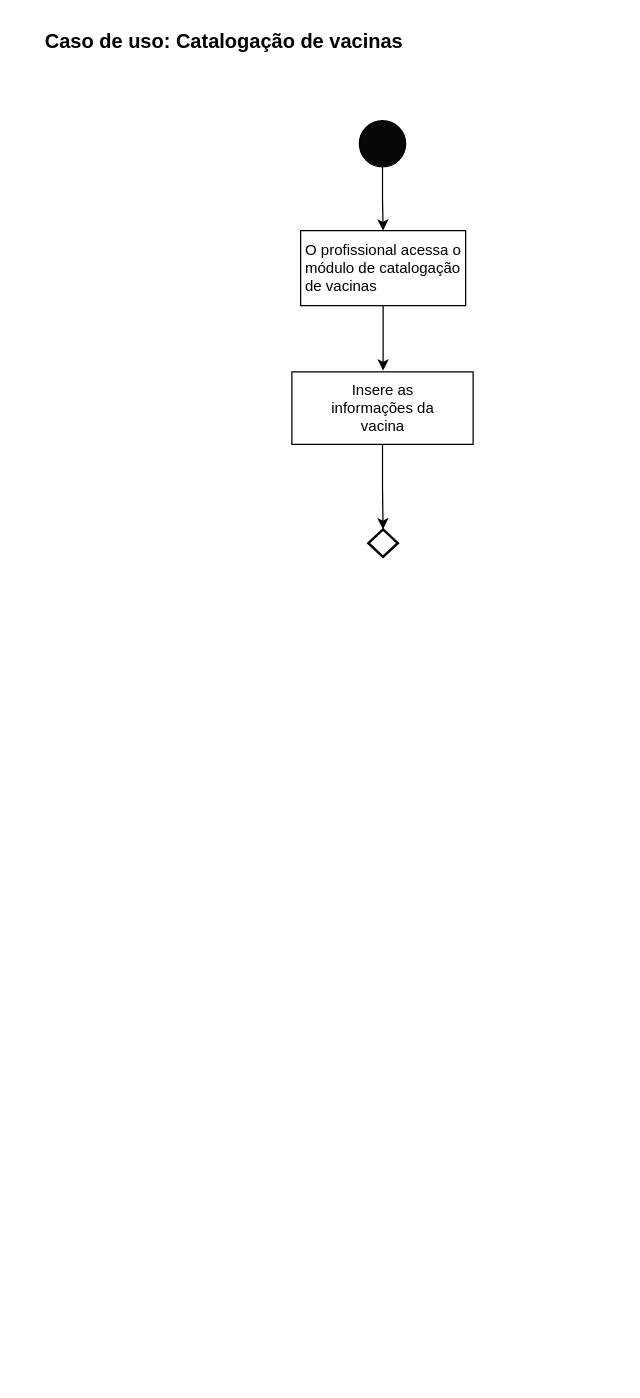
Above: diagramaAtividades.drawio in B-i-a-n-c-a/TP_Eng_Software (draw.io), before the change. Source tidied: cells renumbered, new cells numbered last; positions are measured from the earlier drawing's top-left corner, leaving out a move shared by most shapes. Both pictures are drawn from the tidied source at 125%, with x=0, y=0 at pixel (21, 21).
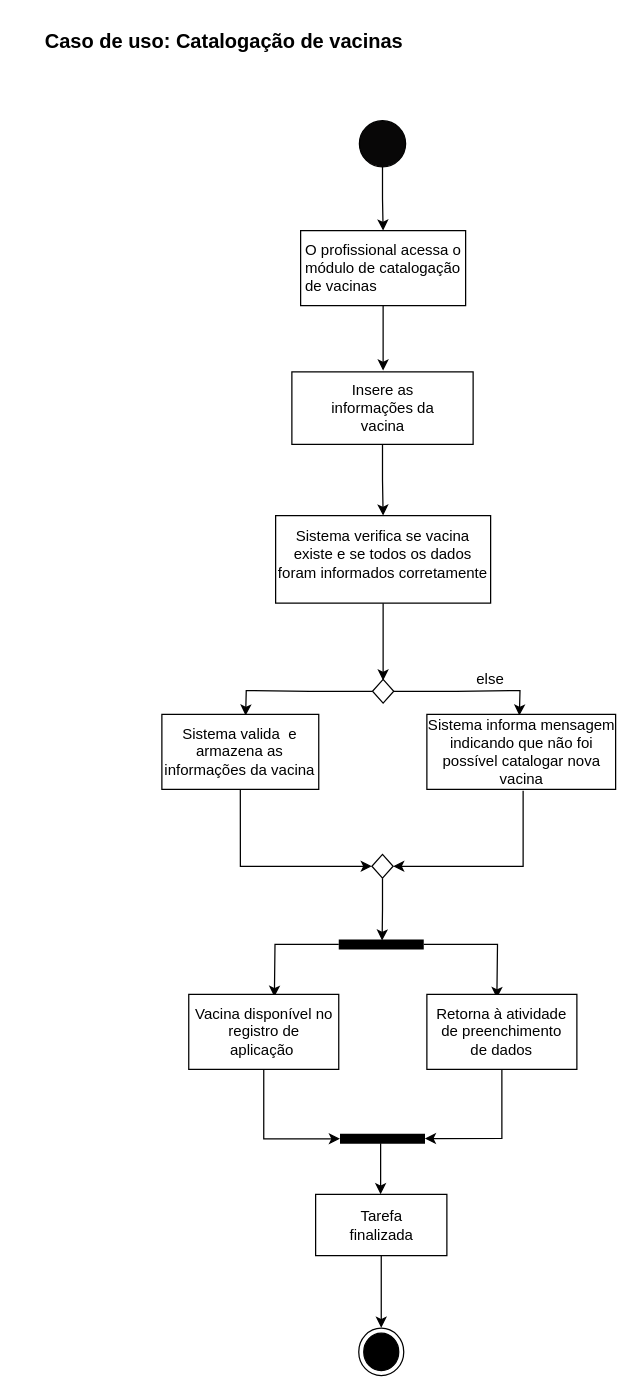
After the change.

Unchanged cells that the change refers to:
```xml
<mxCell id="8" style="whiteSpace=wrap;html=1;" parent="1" vertex="1">
  <mxGeometry x="216" y="280" width="145" height="58" as="geometry" />
</mxCell>
```

The edit, as a diff of the source:
```diff
@@
+    <mxCell id="12" style="edgeStyle=orthogonalEdgeStyle;rounded=0;jettySize=auto;html=1;entryX=0.5;entryY=0;entryDx=0;entryDy=0;" parent="1" edge="1" source="8" target="14">
+      <mxGeometry relative="1" as="geometry" />
+    </mxCell>
@@
-    <mxCell id="10" style="strokeWidth=2;html=1;shape=mxgraph.flowchart.decision;whiteSpace=wrap;" parent="1" vertex="1">
-      <mxGeometry x="277.2" y="406" width="23.5" height="22" as="geometry" />
-    </mxCell>
-    <mxCell id="11" style="edgeStyle=orthogonalEdgeStyle;rounded=0;jettySize=auto;html=1;entryX=0.5;entryY=0;entryDx=0;entryDy=0;entryPerimeter=0;" parent="1" edge="1" source="8" target="10">
-      <mxGeometry relative="1" as="geometry" />
-    </mxCell>
+    <mxCell id="13" style="edgeStyle=orthogonalEdgeStyle;rounded=0;jettySize=auto;html=1;" parent="1" edge="1" source="14">
+      <mxGeometry relative="1" as="geometry">
+        <mxPoint x="289" y="527" as="targetPoint" />
+      </mxGeometry>
+    </mxCell>
+    <mxCell id="14" style="rounded=0;whiteSpace=wrap;html=1;" parent="1" vertex="1">
+      <mxGeometry x="203" y="395" width="172" height="70" as="geometry" />
+    </mxCell>
+    <mxCell id="15" value="Sistema verifica se vacina existe e se todos os dados foram informados corretamente" style="text;html=1;align=center;verticalAlign=middle;whiteSpace=wrap;rounded=0;" parent="1" vertex="1">
+      <mxGeometry x="203" y="418" width="172" height="15" as="geometry" />
+    </mxCell>
+    <mxCell id="16" style="edgeStyle=orthogonalEdgeStyle;rounded=0;jettySize=auto;html=1;exitX=1;exitY=0.5;exitDx=0;exitDy=0;" parent="1" edge="1" source="18">
+      <mxGeometry relative="1" as="geometry">
+        <mxPoint x="398" y="555" as="targetPoint" />
+      </mxGeometry>
+    </mxCell>
+    <mxCell id="17" style="edgeStyle=orthogonalEdgeStyle;rounded=0;jettySize=auto;html=1;exitX=0;exitY=0.5;exitDx=0;exitDy=0;" parent="1" edge="1" source="18">
+      <mxGeometry relative="1" as="geometry">
+        <mxPoint x="179" y="555" as="targetPoint" />
+      </mxGeometry>
+    </mxCell>
+    <mxCell id="18" style="rhombus;whiteSpace=wrap;html=1;" parent="1" vertex="1">
+      <mxGeometry x="280.5" y="526" width="17" height="19" as="geometry" />
+    </mxCell>
+    <mxCell id="19" style="edgeStyle=orthogonalEdgeStyle;rounded=0;jettySize=auto;html=1;exitX=0.5;exitY=1;exitDx=0;exitDy=0;entryX=0;entryY=0.5;entryDx=0;entryDy=0;" parent="1" edge="1" source="20" target="27">
+      <mxGeometry relative="1" as="geometry" />
+    </mxCell>
+    <mxCell id="20" style="rounded=0;whiteSpace=wrap;html=1;" parent="1" vertex="1">
+      <mxGeometry x="112" y="554" width="125.5" height="60" as="geometry" />
+    </mxCell>
+    <mxCell id="21" style="edgeStyle=orthogonalEdgeStyle;rounded=0;jettySize=auto;html=1;entryX=1;entryY=0.5;entryDx=0;entryDy=0;" parent="1" edge="1" target="27">
+      <mxGeometry relative="1" as="geometry">
+        <mxPoint x="401" y="615" as="sourcePoint" />
+        <Array as="points">
+          <mxPoint x="401" y="675" />
+        </Array>
+      </mxGeometry>
+    </mxCell>
+    <mxCell id="22" style="rounded=0;whiteSpace=wrap;html=1;" parent="1" vertex="1">
+      <mxGeometry x="324" y="554" width="151" height="60" as="geometry" />
+    </mxCell>
+    <mxCell id="23" value="else" style="text;html=1;align=center;verticalAlign=middle;whiteSpace=wrap;rounded=0;" parent="1" vertex="1">
+      <mxGeometry x="353" y="517" width="44" height="17" as="geometry" />
+    </mxCell>
+    <mxCell id="24" value="Sistema valida&amp;nbsp; e armazena as informações da vacina" style="text;html=1;align=center;verticalAlign=middle;whiteSpace=wrap;rounded=0;" parent="1" vertex="1">
+      <mxGeometry x="105.2" y="569" width="139" height="30" as="geometry" />
+    </mxCell>
+    <mxCell id="25" value="Sistema informa mensagem indicando que não foi possível catalogar nova vacina" style="text;html=1;align=center;verticalAlign=middle;whiteSpace=wrap;rounded=0;" parent="1" vertex="1">
+      <mxGeometry x="321.5" y="569" width="156" height="30" as="geometry" />
+    </mxCell>
+    <mxCell id="26" style="edgeStyle=orthogonalEdgeStyle;rounded=0;jettySize=auto;html=1;exitX=0.5;exitY=1;exitDx=0;exitDy=0;" parent="1" edge="1" source="27">
+      <mxGeometry relative="1" as="geometry">
+        <mxPoint x="288.2" y="735" as="targetPoint" />
+      </mxGeometry>
+    </mxCell>
+    <mxCell id="27" style="rhombus;whiteSpace=wrap;html=1;" parent="1" vertex="1">
+      <mxGeometry x="280" y="666" width="17" height="19" as="geometry" />
+    </mxCell>
+    <mxCell id="28" style="edgeStyle=orthogonalEdgeStyle;rounded=0;jettySize=auto;html=1;" parent="1" edge="1" source="30">
+      <mxGeometry relative="1" as="geometry">
+        <mxPoint x="202" y="780" as="targetPoint" />
+      </mxGeometry>
+    </mxCell>
+    <mxCell id="29" style="edgeStyle=orthogonalEdgeStyle;rounded=0;jettySize=auto;html=1;" parent="1" edge="1" source="30">
+      <mxGeometry relative="1" as="geometry">
+        <mxPoint x="380" y="781" as="targetPoint" />
+      </mxGeometry>
+    </mxCell>
+    <mxCell id="30" style="line;strokeWidth=8;fillColor=none;align=left;verticalAlign=middle;spacingTop=-1;spacingLeft=3;spacingRight=3;labelPosition=right;points=[];portConstraint=eastwest;strokeColor=inherit;" parent="1" vertex="1">
+      <mxGeometry x="253.5" y="734" width="68" height="8" as="geometry" />
+    </mxCell>
+    <mxCell id="31" style="line;strokeWidth=8;fillColor=none;align=left;verticalAlign=middle;spacingTop=-1;spacingLeft=3;spacingRight=3;labelPosition=right;points=[];portConstraint=eastwest;strokeColor=inherit;" parent="1" vertex="1">
+      <mxGeometry x="254.5" y="881" width="68" height="25" as="geometry" />
+    </mxCell>
+    <mxCell id="32" style="edgeStyle=orthogonalEdgeStyle;rounded=0;jettySize=auto;html=1;exitX=0.5;exitY=1;exitDx=0;exitDy=0;" parent="1" edge="1" source="33" target="31">
+      <mxGeometry relative="1" as="geometry" />
+    </mxCell>
+    <mxCell id="33" style="rounded=0;whiteSpace=wrap;html=1;" parent="1" vertex="1">
+      <mxGeometry x="133.5" y="778" width="120" height="60" as="geometry" />
+    </mxCell>
+    <mxCell id="34" value="Vacina disponível no registro de aplicação&amp;nbsp;" style="text;html=1;align=center;verticalAlign=middle;whiteSpace=wrap;rounded=0;" parent="1" vertex="1">
+      <mxGeometry x="136.5" y="793" width="114" height="30" as="geometry" />
+    </mxCell>
+    <mxCell id="35" style="rounded=0;whiteSpace=wrap;html=1;" parent="1" vertex="1">
+      <mxGeometry x="324" y="778" width="120" height="60" as="geometry" />
+    </mxCell>
+    <mxCell id="36" value="Retorna à atividade de preenchimento de dados" style="text;html=1;align=center;verticalAlign=middle;whiteSpace=wrap;rounded=0;" parent="1" vertex="1">
+      <mxGeometry x="327" y="793" width="114" height="30" as="geometry" />
+    </mxCell>
+    <mxCell id="37" style="edgeStyle=orthogonalEdgeStyle;rounded=0;jettySize=auto;html=1;entryX=0.998;entryY=0.493;entryDx=0;entryDy=0;entryPerimeter=0;" parent="1" edge="1" source="35" target="31">
+      <mxGeometry relative="1" as="geometry" />
+    </mxCell>
+    <mxCell id="38" style="edgeStyle=orthogonalEdgeStyle;rounded=0;jettySize=auto;html=1;" parent="1" edge="1" source="39">
+      <mxGeometry relative="1" as="geometry">
+        <mxPoint x="287.5" y="1044.7" as="targetPoint" />
+      </mxGeometry>
+    </mxCell>
+    <mxCell id="39" style="rounded=0;whiteSpace=wrap;html=1;" parent="1" vertex="1">
+      <mxGeometry x="235" y="938" width="105" height="49" as="geometry" />
+    </mxCell>
+    <mxCell id="40" style="endArrow=classic;html=1;rounded=0;" parent="1" edge="1">
+      <mxGeometry relative="1" as="geometry">
+        <mxPoint x="287" y="897" as="sourcePoint" />
+        <mxPoint x="287" y="938" as="targetPoint" />
+      </mxGeometry>
+    </mxCell>
+    <mxCell id="41" value="Tarefa finalizada" style="text;html=1;align=center;verticalAlign=middle;whiteSpace=wrap;rounded=0;" parent="1" vertex="1">
+      <mxGeometry x="257.5" y="947.5" width="60" height="30" as="geometry" />
+    </mxCell>
+    <mxCell id="42" style="ellipse;html=1;shape=endState;fillColor=#000000;strokeColor=light-dark(#000000,#FF9090);" parent="1" vertex="1">
+      <mxGeometry x="269.5" y="1045" width="36" height="38" as="geometry" />
+    </mxCell>
```
